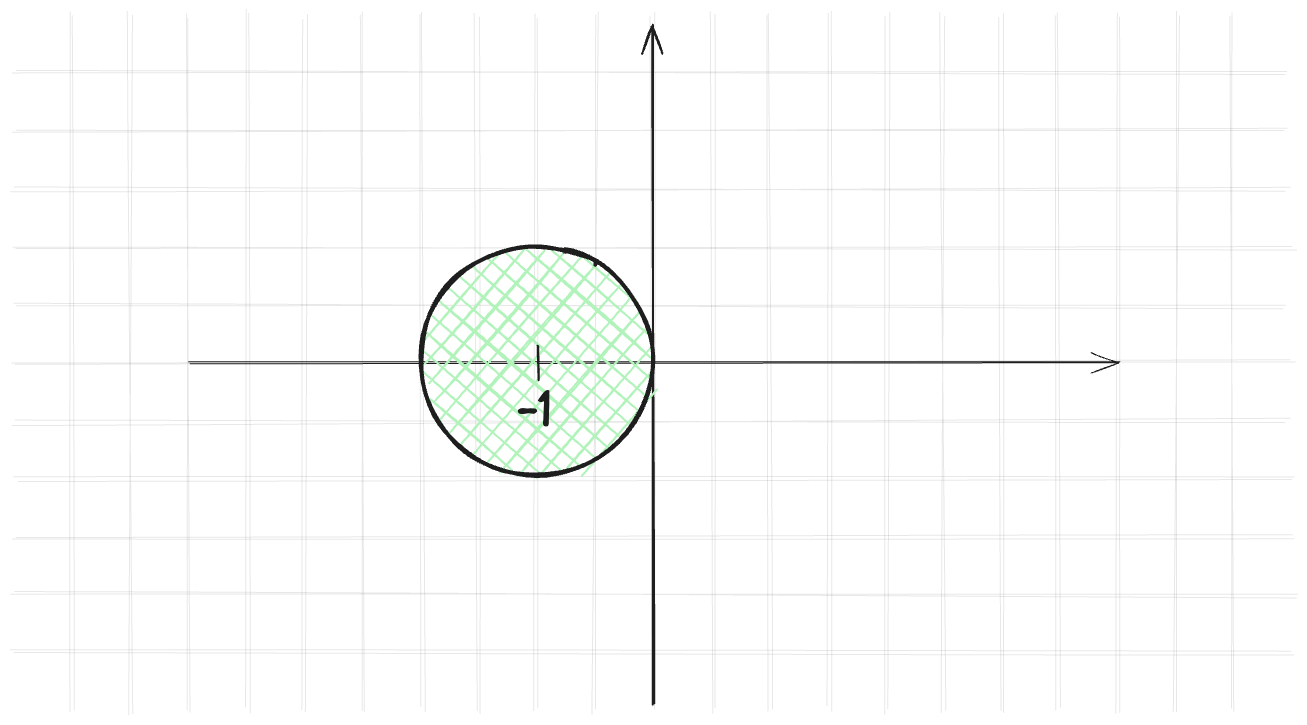
This is assets/pictures/numerical_method/stable_zone_forward.excalidraw.png from kozakromch/game_physics, a Excalidraw export, as it was before one commit. Source tidied: one line per element, renumbered; positions are measured from the earlier drawing's top-left corner, leaving out a move shared by most shapes. Source of this version:
```json
{"id": 0, "type": "line", "strokeColor": "#1e1e1e", "strokeWidth": 1, "roughness": 2, "opacity": 10, "round": true, "x": 290, "y": 47, "width": 1272, "height": 0, "points": [[0, 0], [1272, 0]]}
{"id": 1, "type": "line", "strokeColor": "#1e1e1e", "strokeWidth": 1, "roughness": 2, "opacity": 10, "round": true, "x": 290, "y": 396, "width": 1272, "height": 0, "points": [[0, 0], [1272, 0]]}
{"id": 2, "type": "line", "strokeColor": "#1e1e1e", "strokeWidth": 1, "roughness": 2, "opacity": 10, "round": true, "x": 290, "y": 106, "width": 1275, "height": 0, "points": [[0, 0], [1275, 0]]}
{"id": 3, "type": "line", "strokeColor": "#1e1e1e", "strokeWidth": 1, "roughness": 2, "opacity": 10, "round": true, "x": 290, "y": 454, "width": 1280, "height": 0, "points": [[0, 0], [1280, 0]]}
{"id": 4, "type": "line", "strokeColor": "#1e1e1e", "strokeWidth": 1, "roughness": 2, "opacity": 10, "round": true, "x": 290, "y": 164, "width": 1273, "height": 0, "points": [[0, 0], [1273, 0]]}
{"id": 5, "type": "line", "strokeColor": "#1e1e1e", "strokeWidth": 1, "roughness": 2, "opacity": 10, "round": true, "x": 290, "y": 512, "width": 1278, "height": 0, "points": [[0, 0], [1278, 0]]}
{"id": 6, "type": "line", "strokeColor": "#1e1e1e", "strokeWidth": 1, "roughness": 2, "opacity": 10, "round": true, "x": 290, "y": 221, "width": 1280, "height": 0, "points": [[0, 0], [1280, 0]]}
{"id": 7, "type": "line", "strokeColor": "#1e1e1e", "strokeWidth": 1, "roughness": 2, "opacity": 10, "round": true, "x": 289, "y": 569, "width": 1282, "height": 0, "points": [[0, 0], [1282, 0]]}
{"id": 8, "type": "line", "strokeColor": "#1e1e1e", "strokeWidth": 1, "roughness": 2, "opacity": 10, "round": true, "x": 290, "y": 281, "width": 1271, "height": 0, "points": [[0, 0], [1271, 0]]}
{"id": 9, "type": "line", "strokeColor": "#1e1e1e", "strokeWidth": 1, "roughness": 2, "opacity": 10, "round": true, "x": 290, "y": 628, "width": 1279, "height": 0, "points": [[0, 0], [1279, 0]]}
{"id": 10, "type": "line", "strokeColor": "#1e1e1e", "strokeWidth": 1, "roughness": 2, "opacity": 10, "round": true, "x": 291, "y": 337, "width": 1277, "height": 0, "points": [[0, 0], [1277, 0]]}
{"id": 11, "type": "line", "strokeColor": "#1e1e1e", "angle": 1.57, "strokeWidth": 1, "roughness": 2, "opacity": 10, "round": true, "x": 581, "y": 336, "width": 696, "height": 0, "points": [[0, 0], [696, 0]]}
{"id": 12, "type": "line", "strokeColor": "#1e1e1e", "angle": 1.57, "strokeWidth": 1, "roughness": 2, "opacity": 10, "round": true, "x": 233, "y": 338, "width": 696, "height": 0, "points": [[0, 0], [696, 0]]}
{"id": 13, "type": "line", "strokeColor": "#1e1e1e", "angle": 1.57, "strokeWidth": 1, "roughness": 2, "opacity": 10, "round": true, "x": 523, "y": 338, "width": 697, "height": 0, "points": [[0, 0], [697, 0]]}
{"id": 14, "type": "line", "strokeColor": "#1e1e1e", "angle": 1.57, "strokeWidth": 1, "roughness": 2, "opacity": 10, "round": true, "x": 174, "y": 337, "width": 697, "height": 0, "points": [[0, 0], [697, 0]]}
{"id": 15, "type": "line", "strokeColor": "#1e1e1e", "angle": 1.57, "strokeWidth": 1, "roughness": 2, "opacity": 10, "round": true, "x": 465, "y": 337, "width": 697, "height": 0, "points": [[0, 0], [697, 0]]}
{"id": 16, "type": "line", "strokeColor": "#1e1e1e", "angle": 1.57, "strokeWidth": 1, "roughness": 2, "opacity": 10, "round": true, "x": 116, "y": 338, "width": 697, "height": 0, "points": [[0, 0], [697, 0]]}
{"id": 17, "type": "line", "strokeColor": "#1e1e1e", "angle": 1.57, "strokeWidth": 1, "roughness": 2, "opacity": 10, "round": true, "x": 406, "y": 337, "width": 697, "height": 0, "points": [[0, 0], [697, 0]]}
{"id": 18, "type": "line", "strokeColor": "#1e1e1e", "angle": 1.57, "strokeWidth": 1, "roughness": 2, "opacity": 10, "round": true, "x": 58, "y": 337, "width": 697, "height": 0, "points": [[0, 0], [697, 0]]}
{"id": 19, "type": "line", "strokeColor": "#1e1e1e", "angle": 1.57, "strokeWidth": 1, "roughness": 2, "opacity": 10, "round": true, "x": 349, "y": 338, "width": 697, "height": 0, "points": [[0, 0], [697, 0]]}
{"id": 20, "type": "line", "strokeColor": "#1e1e1e", "angle": 1.57, "strokeWidth": 1, "roughness": 2, "opacity": 10, "round": true, "x": 0, "y": 337, "width": 697, "height": 0, "points": [[0, 0], [697, 0]]}
{"id": 21, "type": "line", "strokeColor": "#1e1e1e", "angle": 1.57, "strokeWidth": 1, "roughness": 2, "opacity": 10, "round": true, "x": 290, "y": 337, "width": 696, "height": 0, "points": [[0, 0], [696, 0]]}
{"id": 22, "type": "line", "strokeColor": "#1e1e1e", "angle": 1.57, "strokeWidth": 1, "roughness": 2, "opacity": 10, "round": true, "x": 639, "y": 338, "width": 697, "height": 0, "points": [[0, 0], [697, 0]]}
{"id": 23, "type": "line", "strokeColor": "#1e1e1e", "angle": 1.57, "strokeWidth": 1, "roughness": 2, "opacity": 10, "round": true, "x": 929, "y": 338, "width": 696, "height": 0, "points": [[0, 0], [696, 0]]}
{"id": 24, "type": "line", "strokeColor": "#1e1e1e", "angle": 1.57, "strokeWidth": 1, "roughness": 2, "opacity": 10, "round": true, "x": 871, "y": 338, "width": 697, "height": 0, "points": [[0, 0], [697, 0]]}
{"id": 25, "type": "line", "strokeColor": "#1e1e1e", "angle": 1.57, "strokeWidth": 1, "roughness": 2, "opacity": 10, "round": true, "x": 1161, "y": 338, "width": 697, "height": 0, "points": [[0, 0], [697, 0]]}
{"id": 26, "type": "line", "strokeColor": "#1e1e1e", "angle": 1.57, "strokeWidth": 1, "roughness": 2, "opacity": 10, "round": true, "x": 813, "y": 338, "width": 697, "height": 0, "points": [[0, 0], [697, 0]]}
{"id": 27, "type": "line", "strokeColor": "#1e1e1e", "angle": 1.57, "strokeWidth": 1, "roughness": 2, "opacity": 10, "round": true, "x": 1103, "y": 337, "width": 697, "height": 0, "points": [[0, 0], [697, 0]]}
{"id": 28, "type": "line", "strokeColor": "#1e1e1e", "angle": 1.57, "strokeWidth": 1, "roughness": 2, "opacity": 10, "round": true, "x": 755, "y": 338, "width": 697, "height": 0, "points": [[0, 0], [697, 0]]}
{"id": 29, "type": "line", "strokeColor": "#1e1e1e", "angle": 1.57, "strokeWidth": 1, "roughness": 2, "opacity": 10, "round": true, "x": 1045, "y": 338, "width": 697, "height": 0, "points": [[0, 0], [697, 0]]}
{"id": 30, "type": "line", "strokeColor": "#1e1e1e", "angle": 1.57, "strokeWidth": 1, "roughness": 2, "opacity": 10, "round": true, "x": 697, "y": 338, "width": 697, "height": 0, "points": [[0, 0], [697, 0]]}
{"id": 31, "type": "line", "strokeColor": "#1e1e1e", "angle": 1.57, "strokeWidth": 1, "roughness": 2, "opacity": 10, "round": true, "x": 987, "y": 338, "width": 696, "height": 0, "points": [[0, 0], [696, 0]]}
{"id": 32, "type": "arrow", "strokeColor": "#1e1e1e", "strokeWidth": 2, "roughness": 1, "endArrowhead": "arrow", "round": true, "x": 929, "y": 679, "width": 1, "height": 679, "points": [[0, 0], [-1, -679]]}
{"id": 33, "type": "arrow", "strokeColor": "#1e1e1e", "strokeWidth": 1, "roughness": 1, "endArrowhead": "arrow", "round": true, "x": 465, "y": 338, "width": 930, "height": 0, "points": [[0, 0], [930, 0]]}
{"id": 34, "type": "ellipse", "strokeColor": "#1e1e1e", "backgroundColor": "#b2f2bb", "fillStyle": "cross-hatch", "strokeWidth": 4, "roughness": 1, "round": true, "x": 696, "y": 221, "width": 232, "height": 229}
{"id": 35, "type": "text", "text": "-1", "strokeColor": "#1e1e1e", "strokeWidth": 2, "roughness": 1, "fontSize": 51.68, "fontFamily": 1, "x": 793, "y": 354, "width": 35, "height": 65}
{"id": 36, "type": "line", "strokeColor": "#1e1e1e", "strokeWidth": 2, "roughness": 1, "round": true, "x": 814, "y": 321, "width": 0, "height": 33, "points": [[0, 0], [0, 33]]}
```
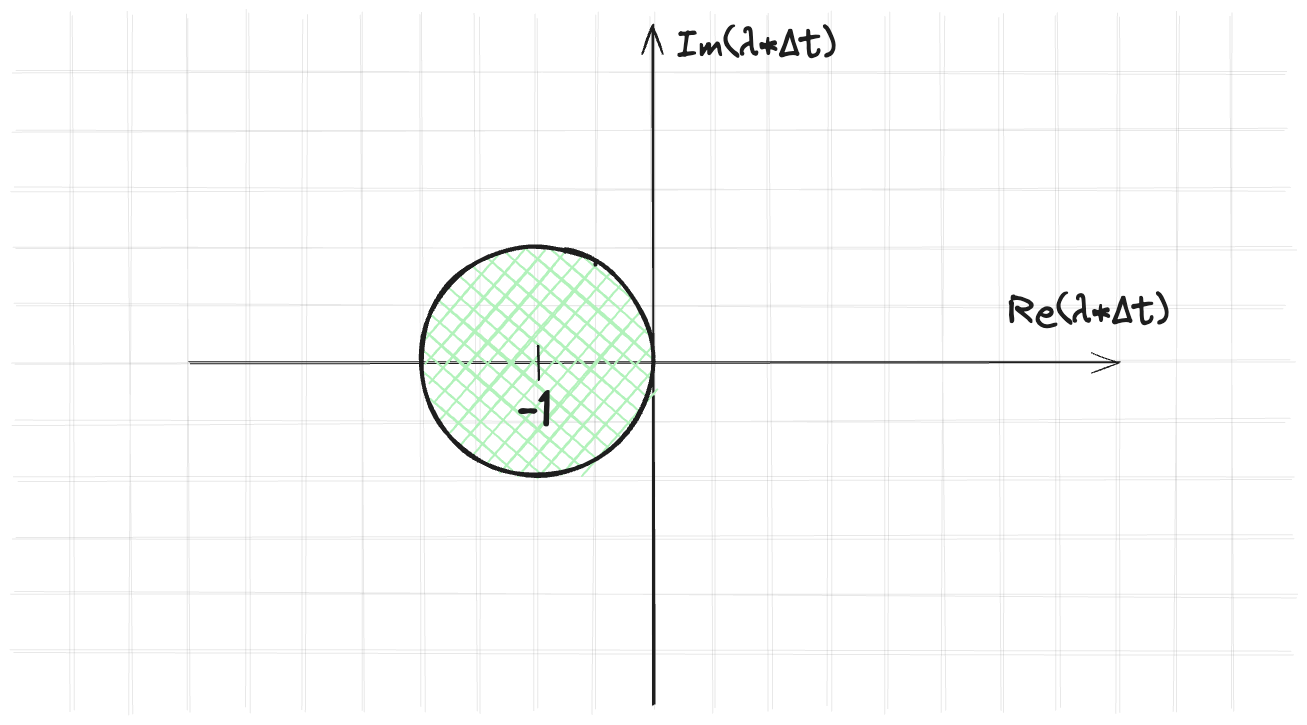
Above is the later version.

The edit, as a diff of the source:
```diff
@@ -10,10 +10,10 @@
 {"id": 9, "type": "line", "strokeColor": "#1e1e1e", "strokeWidth": 1, "roughness": 2, "opacity": 10, "round": true, "x": 290, "y": 628, "width": 1279, "height": 0, "points": [[0, 0], [1279, 0]]}
 {"id": 10, "type": "line", "strokeColor": "#1e1e1e", "strokeWidth": 1, "roughness": 2, "opacity": 10, "round": true, "x": 291, "y": 337, "width": 1277, "height": 0, "points": [[0, 0], [1277, 0]]}
 {"id": 11, "type": "line", "strokeColor": "#1e1e1e", "angle": 1.57, "strokeWidth": 1, "roughness": 2, "opacity": 10, "round": true, "x": 581, "y": 336, "width": 696, "height": 0, "points": [[0, 0], [696, 0]]}
-{"id": 12, "type": "line", "strokeColor": "#1e1e1e", "angle": 1.57, "strokeWidth": 1, "roughness": 2, "opacity": 10, "round": true, "x": 233, "y": 338, "width": 696, "height": 0, "points": [[0, 0], [696, 0]]}
+{"id": 12, "type": "line", "strokeColor": "#1e1e1e", "angle": 1.57, "strokeWidth": 1, "roughness": 2, "opacity": 10, "round": true, "x": 232, "y": 338, "width": 696, "height": 0, "points": [[0, 0], [696, 0]]}
 {"id": 13, "type": "line", "strokeColor": "#1e1e1e", "angle": 1.57, "strokeWidth": 1, "roughness": 2, "opacity": 10, "round": true, "x": 523, "y": 338, "width": 697, "height": 0, "points": [[0, 0], [697, 0]]}
 {"id": 14, "type": "line", "strokeColor": "#1e1e1e", "angle": 1.57, "strokeWidth": 1, "roughness": 2, "opacity": 10, "round": true, "x": 174, "y": 337, "width": 697, "height": 0, "points": [[0, 0], [697, 0]]}
-{"id": 15, "type": "line", "strokeColor": "#1e1e1e", "angle": 1.57, "strokeWidth": 1, "roughness": 2, "opacity": 10, "round": true, "x": 465, "y": 337, "width": 697, "height": 0, "points": [[0, 0], [697, 0]]}
+{"id": 15, "type": "line", "strokeColor": "#1e1e1e", "angle": 1.57, "strokeWidth": 1, "roughness": 2, "opacity": 10, "round": true, "x": 464, "y": 337, "width": 697, "height": 0, "points": [[0, 0], [697, 0]]}
 {"id": 16, "type": "line", "strokeColor": "#1e1e1e", "angle": 1.57, "strokeWidth": 1, "roughness": 2, "opacity": 10, "round": true, "x": 116, "y": 338, "width": 697, "height": 0, "points": [[0, 0], [697, 0]]}
 {"id": 17, "type": "line", "strokeColor": "#1e1e1e", "angle": 1.57, "strokeWidth": 1, "roughness": 2, "opacity": 10, "round": true, "x": 406, "y": 337, "width": 697, "height": 0, "points": [[0, 0], [697, 0]]}
 {"id": 18, "type": "line", "strokeColor": "#1e1e1e", "angle": 1.57, "strokeWidth": 1, "roughness": 2, "opacity": 10, "round": true, "x": 58, "y": 337, "width": 697, "height": 0, "points": [[0, 0], [697, 0]]}
@@ -30,8 +30,10 @@
 {"id": 29, "type": "line", "strokeColor": "#1e1e1e", "angle": 1.57, "strokeWidth": 1, "roughness": 2, "opacity": 10, "round": true, "x": 1045, "y": 338, "width": 697, "height": 0, "points": [[0, 0], [697, 0]]}
 {"id": 30, "type": "line", "strokeColor": "#1e1e1e", "angle": 1.57, "strokeWidth": 1, "roughness": 2, "opacity": 10, "round": true, "x": 697, "y": 338, "width": 697, "height": 0, "points": [[0, 0], [697, 0]]}
 {"id": 31, "type": "line", "strokeColor": "#1e1e1e", "angle": 1.57, "strokeWidth": 1, "roughness": 2, "opacity": 10, "round": true, "x": 987, "y": 338, "width": 696, "height": 0, "points": [[0, 0], [696, 0]]}
-{"id": 32, "type": "arrow", "strokeColor": "#1e1e1e", "strokeWidth": 2, "roughness": 1, "endArrowhead": "arrow", "round": true, "x": 929, "y": 679, "width": 1, "height": 679, "points": [[0, 0], [-1, -679]]}
+{"id": 32, "type": "arrow", "strokeColor": "#1e1e1e", "strokeWidth": 2, "roughness": 1, "endArrowhead": "arrow", "round": true, "x": 930, "y": 679, "width": 1, "height": 679, "points": [[0, 0], [-1, -679]]}
-{"id": 33, "type": "arrow", "strokeColor": "#1e1e1e", "strokeWidth": 1, "roughness": 1, "endArrowhead": "arrow", "round": true, "x": 465, "y": 338, "width": 930, "height": 0, "points": [[0, 0], [930, 0]]}
+{"id": 33, "type": "arrow", "strokeColor": "#1e1e1e", "strokeWidth": 1, "roughness": 1, "endArrowhead": "arrow", "round": true, "x": 466, "y": 338, "width": 930, "height": 0, "points": [[0, 0], [930, 0]]}
 {"id": 34, "type": "ellipse", "strokeColor": "#1e1e1e", "backgroundColor": "#b2f2bb", "fillStyle": "cross-hatch", "strokeWidth": 4, "roughness": 1, "round": true, "x": 696, "y": 221, "width": 232, "height": 229}
 {"id": 35, "type": "text", "text": "-1", "strokeColor": "#1e1e1e", "strokeWidth": 2, "roughness": 1, "fontSize": 51.68, "fontFamily": 1, "x": 793, "y": 354, "width": 35, "height": 65}
 {"id": 36, "type": "line", "strokeColor": "#1e1e1e", "strokeWidth": 2, "roughness": 1, "round": true, "x": 814, "y": 321, "width": 0, "height": 33, "points": [[0, 0], [0, 33]]}
+{"id": 37, "type": "text", "text": "Im(λ*∆t)", "strokeColor": "#1e1e1e", "strokeWidth": 2, "roughness": 1, "fontSize": 39.42, "fontFamily": 1, "x": 953, "y": -4, "width": 159, "height": 49}
+{"id": 38, "type": "text", "text": "Re(λ*∆t)", "strokeColor": "#1e1e1e", "strokeWidth": 2, "roughness": 1, "fontSize": 39.42, "fontFamily": 1, "x": 1284, "y": 263, "width": 161, "height": 49}
```
